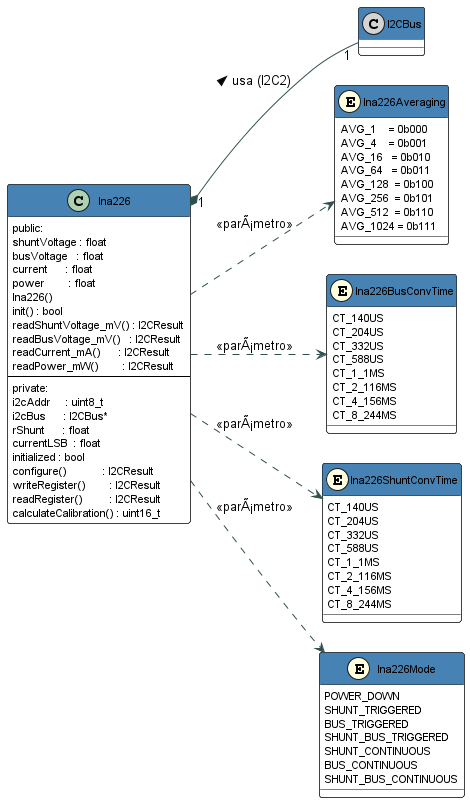
AgustinPessina00/TPP-IntelliFence keeps this PlantUML diagram as docs/06 UMLs/ina226_class.png. Above is the earlier version. Source of this version:
```plantuml
@startuml ina226_class

skinparam classAttributeIconSize 0
skinparam class {
    BackgroundColor White
    BorderColor Black
    HeaderBackgroundColor SteelBlue
    HeaderFontColor White
    FontSize 12
    AttributeFontSize 11
}
skinparam enum {
    BackgroundColor LightYellow
    BorderColor DarkGoldenRod
}
skinparam ArrowColor DarkSlateGray
left to right direction
skinparam nodesep 30
skinparam ranksep 50

together {
enum Ina226Averaging << (E,LightYellow) >> {
    AVG_1    = 0b000
    AVG_4    = 0b001
    AVG_16   = 0b010
    AVG_64   = 0b011
    AVG_128  = 0b100
    AVG_256  = 0b101
    AVG_512  = 0b110
    AVG_1024 = 0b111
}

enum Ina226BusConvTime << (E,LightYellow) >> {
    CT_140US
    CT_204US
    CT_332US
    CT_588US
    CT_1_1MS
    CT_2_116MS
    CT_4_156MS
    CT_8_244MS
}
}

together {
enum Ina226ShuntConvTime << (E,LightYellow) >> {
    CT_140US
    CT_204US
    CT_332US
    CT_588US
    CT_1_1MS
    CT_2_116MS
    CT_4_156MS
    CT_8_244MS
}

enum Ina226Mode << (E,LightYellow) >> {
    POWER_DOWN
    SHUNT_TRIGGERED
    BUS_TRIGGERED
    SHUNT_BUS_TRIGGERED
    SHUNT_CONTINUOUS
    BUS_CONTINUOUS
    SHUNT_BUS_CONTINUOUS
}
}

class I2CBus << (C,LightGray) >>

class Ina226 {
    public:
    shuntVoltage : float
    busVoltage   : float
    current      : float
    power        : float
    Ina226()
    init() : bool
    readShuntVoltage_mV() : I2CResult
    readBusVoltage_mV()   : I2CResult
    readCurrent_mA()      : I2CResult
    readPower_mW()        : I2CResult
    --
    private:
    i2cAddr     : uint8_t
    i2cBus      : I2CBus*
    rShunt      : float
    currentLSB  : float
    initialized : bool
    configure()            : I2CResult
    writeRegister()        : I2CResult
    readRegister()         : I2CResult
    calculateCalibration() : uint16_t
}

Ina226 "1" *-- "1" I2CBus           : usa (I2C2) >
Ina226 ..> Ina226Averaging      : <<parÃ¡metro>>
Ina226 ..> Ina226BusConvTime    : <<parÃ¡metro>>
Ina226 ..> Ina226ShuntConvTime  : <<parÃ¡metro>>
Ina226 ..> Ina226Mode           : <<parÃ¡metro>>

@enduml
```
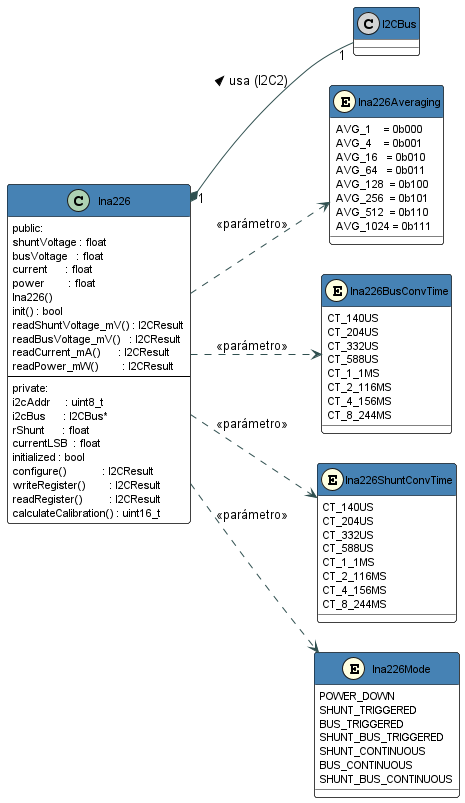
The same file after the commit.

Change to the diagram source:
```diff
@@ -93,9 +93,9 @@
 }
 
 Ina226 "1" *-- "1" I2CBus           : usa (I2C2) >
-Ina226 ..> Ina226Averaging      : <<parÃ¡metro>>
-Ina226 ..> Ina226BusConvTime    : <<parÃ¡metro>>
-Ina226 ..> Ina226ShuntConvTime  : <<parÃ¡metro>>
-Ina226 ..> Ina226Mode           : <<parÃ¡metro>>
+Ina226 ..> Ina226Averaging      : <<parámetro>>
+Ina226 ..> Ina226BusConvTime    : <<parámetro>>
+Ina226 ..> Ina226ShuntConvTime  : <<parámetro>>
+Ina226 ..> Ina226Mode           : <<parámetro>>
 
 @enduml
```
